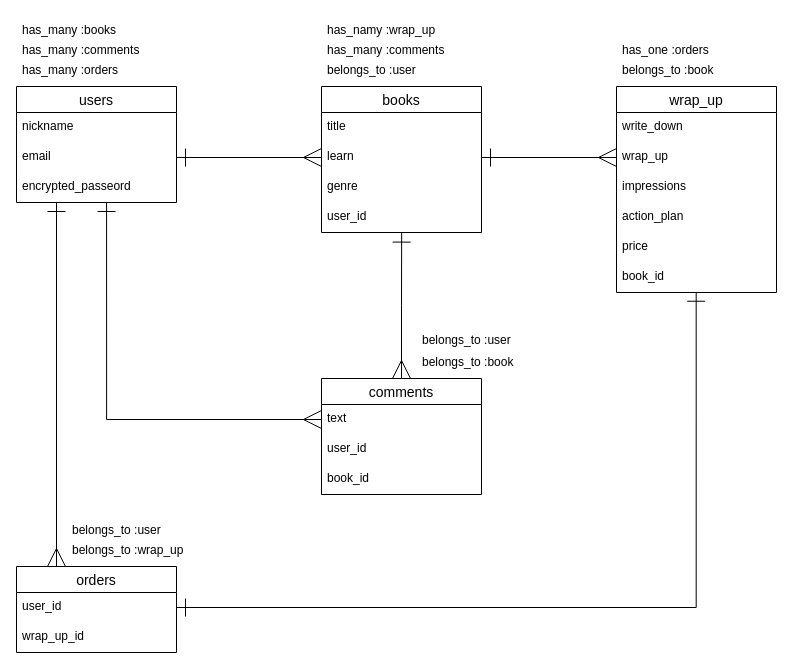
This is readme.dio from shimazaki-koji/reading_book_app, a draw.io file, before an edit. Source tidied: cells renumbered, new cells numbered last; positions are measured from the earlier drawing's top-left corner, leaving out a move shared by most shapes. Both pictures are drawn from the tidied source at 100%, with x=0, y=0 at pixel (16, 16).
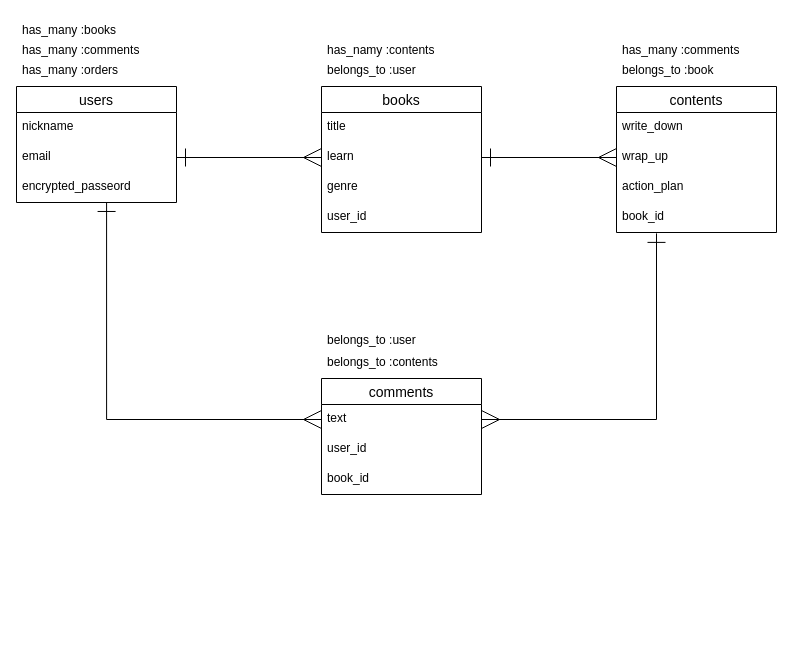
The same page after the edit.

The change refers to these unchanged cells:
```xml
<mxCell id="2" value="users" style="swimlane;fontStyle=0;horizontal=1;startSize=26;align=center;fontSize=14;" parent="1" vertex="1">
  <mxGeometry y="70" width="160" height="116" as="geometry" />
</mxCell>
<mxCell id="10" value="user_id" style="text;strokeColor=none;fillColor=none;spacingLeft=4;spacingRight=4;overflow=hidden;points=[[0,0.5],[1,0.5]];portConstraint=eastwest;fontSize=12;" parent="6" vertex="1">
  <mxGeometry y="116" width="160" height="30" as="geometry" />
</mxCell>
<mxCell id="19" value="comments" style="swimlane;fontStyle=0;horizontal=1;startSize=26;align=center;fontSize=14;" parent="1" vertex="1">
  <mxGeometry x="305" y="362" width="160" height="116" as="geometry" />
</mxCell>
<mxCell id="20" value="text" style="text;strokeColor=none;fillColor=none;spacingLeft=4;spacingRight=4;overflow=hidden;points=[[0,0.5],[1,0.5]];portConstraint=eastwest;fontSize=12;" parent="19" vertex="1">
  <mxGeometry y="26" width="160" height="30" as="geometry" />
</mxCell>
```

What changed in the source:
```diff
@@
-    <mxCell id="11" value="wrap_up" style="swimlane;fontStyle=0;horizontal=1;startSize=26;align=center;fontSize=14;" parent="1" vertex="1">
-      <mxGeometry x="600" y="70" width="160" height="206" as="geometry" />
+    <mxCell id="11" value="contents" style="swimlane;fontStyle=0;horizontal=1;startSize=26;align=center;fontSize=14;" parent="1" vertex="1">
+      <mxGeometry x="600" y="70" width="160" height="146" as="geometry" />
     </mxCell>
@@
-    <mxCell id="14" value="impressions" style="text;strokeColor=none;fillColor=none;spacingLeft=4;spacingRight=4;overflow=hidden;fontSize=12;" parent="11" vertex="1">
-      <mxGeometry y="86" width="160" height="30" as="geometry" />
-    </mxCell>
     <mxCell id="15" value="action_plan" style="text;strokeColor=none;fillColor=none;spacingLeft=4;spacingRight=4;overflow=hidden;fontSize=12;" parent="11" vertex="1">
-      <mxGeometry y="116" width="160" height="30" as="geometry" />
+      <mxGeometry y="86" width="160" height="30" as="geometry" />
     </mxCell>
-    <mxCell id="16" value="price" style="text;strokeColor=none;fillColor=none;spacingLeft=4;spacingRight=4;overflow=hidden;fontSize=12;" parent="11" vertex="1">
-      <mxGeometry y="146" width="160" height="30" as="geometry" />
-    </mxCell>
     <mxCell id="17" value="book_id" style="text;strokeColor=none;fillColor=none;spacingLeft=4;spacingRight=4;overflow=hidden;points=[[0,0.5],[1,0.5]];portConstraint=eastwest;fontSize=12;" parent="11" vertex="1">
-      <mxGeometry y="176" width="160" height="30" as="geometry" />
+      <mxGeometry y="116" width="160" height="30" as="geometry" />
     </mxCell>
-    <mxCell id="18" style="edgeStyle=orthogonalEdgeStyle;rounded=0;jettySize=auto;html=1;exitX=0.5;exitY=0;exitDx=0;exitDy=0;startArrow=ERmany;startFill=0;startSize=16;endArrow=ERone;endFill=0;endSize=16;entryX=0.501;entryY=1.02;entryDx=0;entryDy=0;entryPerimeter=0;" parent="1" edge="1" source="19" target="10">
+    <mxCell id="18" style="edgeStyle=orthogonalEdgeStyle;rounded=0;jettySize=auto;html=1;exitX=1;exitY=0.5;exitDx=0;exitDy=0;startArrow=ERmany;startFill=0;startSize=16;endArrow=ERone;endFill=0;endSize=16;entryX=0.25;entryY=1.03;entryDx=0;entryDy=0;entryPerimeter=0;" parent="1" edge="1" source="20" target="17">
       <mxGeometry relative="1" as="geometry" />
     </mxCell>
@@
-    <mxCell id="23" style="edgeStyle=orthogonalEdgeStyle;rounded=0;jettySize=auto;html=1;exitX=0.25;exitY=0;exitDx=0;exitDy=0;startArrow=ERmany;startFill=0;startSize=16;endArrow=ERone;endFill=0;endSize=16;entryX=0.25;entryY=1;entryDx=0;entryDy=0;" parent="1" edge="1" source="24" target="2">
-      <mxGeometry relative="1" as="geometry" />
-    </mxCell>
-    <mxCell id="24" value="orders" style="swimlane;fontStyle=0;horizontal=1;startSize=26;align=center;fontSize=14;" parent="1" vertex="1">
-      <mxGeometry y="550" width="160" height="86" as="geometry" />
-    </mxCell>
-    <mxCell id="25" value="user_id" style="text;strokeColor=none;fillColor=none;spacingLeft=4;spacingRight=4;overflow=hidden;points=[[0,0.5],[1,0.5]];portConstraint=eastwest;fontSize=12;" parent="24" vertex="1">
-      <mxGeometry y="26" width="160" height="30" as="geometry" />
-    </mxCell>
-    <mxCell id="26" value="wrap_up_id" style="text;strokeColor=none;fillColor=none;spacingLeft=4;spacingRight=4;overflow=hidden;fontSize=12;" parent="24" vertex="1">
-      <mxGeometry y="56" width="160" height="30" as="geometry" />
-    </mxCell>
@@
-    <mxCell id="30" style="edgeStyle=orthogonalEdgeStyle;rounded=0;jettySize=auto;html=1;exitX=1;exitY=0.5;exitDx=0;exitDy=0;startArrow=ERone;startFill=0;startSize=16;endArrow=ERone;endFill=0;endSize=16;entryX=0.498;entryY=0.991;entryDx=0;entryDy=0;entryPerimeter=0;" parent="1" edge="1" source="25" target="17">
-      <mxGeometry relative="1" as="geometry" />
-    </mxCell>
@@
     <mxCell id="35" value="has_many :comments" style="text;strokeColor=none;fillColor=none;spacingLeft=4;spacingRight=4;overflow=hidden;fontSize=12;" parent="1" vertex="1">
-      <mxGeometry x="305" y="20" width="140" height="30" as="geometry" />
+      <mxGeometry x="600" y="20" width="140" height="30" as="geometry" />
     </mxCell>
-    <mxCell id="36" value="has_namy :wrap_up" style="text;strokeColor=none;fillColor=none;spacingLeft=4;spacingRight=4;overflow=hidden;fontSize=12;" parent="1" vertex="1">
-      <mxGeometry x="305" width="140" height="30" as="geometry" />
+    <mxCell id="36" value="has_namy :contents" style="text;strokeColor=none;fillColor=none;spacingLeft=4;spacingRight=4;overflow=hidden;fontSize=12;" parent="1" vertex="1">
+      <mxGeometry x="305" y="20" width="140" height="30" as="geometry" />
     </mxCell>
@@
-    <mxCell id="38" value="has_one :orders" style="text;strokeColor=none;fillColor=none;spacingLeft=4;spacingRight=4;overflow=hidden;fontSize=12;" parent="1" vertex="1">
-      <mxGeometry x="600" y="20" width="140" height="30" as="geometry" />
-    </mxCell>
-    <mxCell id="39" value="belongs_to :book" style="text;strokeColor=none;fillColor=none;spacingLeft=4;spacingRight=4;overflow=hidden;fontSize=12;" parent="1" vertex="1">
-      <mxGeometry x="400" y="332" width="140" height="30" as="geometry" />
+    <mxCell id="39" value="belongs_to :contents" style="text;strokeColor=none;fillColor=none;spacingLeft=4;spacingRight=4;overflow=hidden;fontSize=12;" parent="1" vertex="1">
+      <mxGeometry x="305" y="332" width="140" height="30" as="geometry" />
     </mxCell>
     <mxCell id="40" value="belongs_to :user" style="text;strokeColor=none;fillColor=none;spacingLeft=4;spacingRight=4;overflow=hidden;fontSize=12;" parent="1" vertex="1">
-      <mxGeometry x="400" y="310" width="140" height="30" as="geometry" />
+      <mxGeometry x="305" y="310" width="140" height="30" as="geometry" />
     </mxCell>
-    <mxCell id="41" value="belongs_to :wrap_up" style="text;strokeColor=none;fillColor=none;spacingLeft=4;spacingRight=4;overflow=hidden;fontSize=12;" parent="1" vertex="1">
-      <mxGeometry x="50" y="520" width="140" height="30" as="geometry" />
-    </mxCell>
-    <mxCell id="42" value="belongs_to :user" style="text;strokeColor=none;fillColor=none;spacingLeft=4;spacingRight=4;overflow=hidden;fontSize=12;" parent="1" vertex="1">
-      <mxGeometry x="50" y="500" width="140" height="30" as="geometry" />
-    </mxCell>
```
